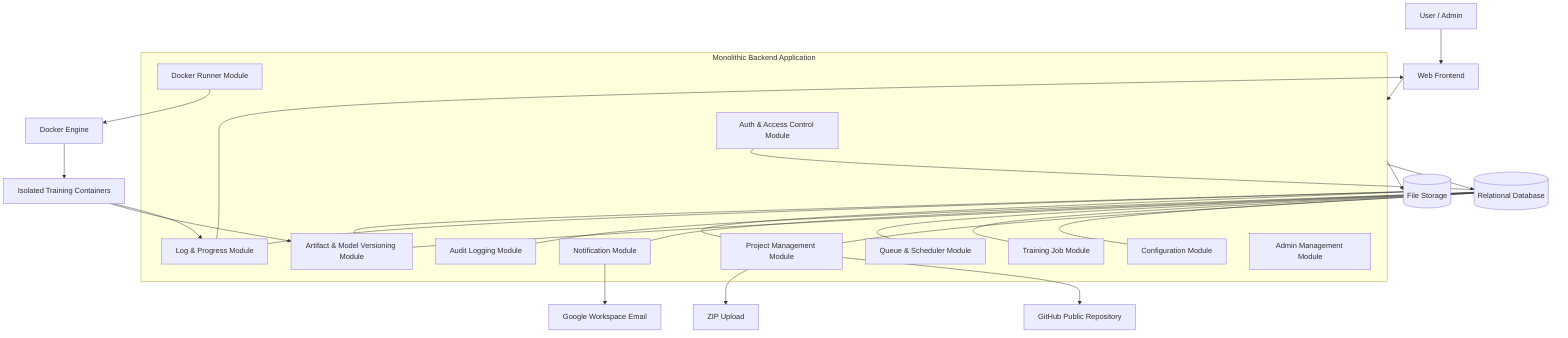
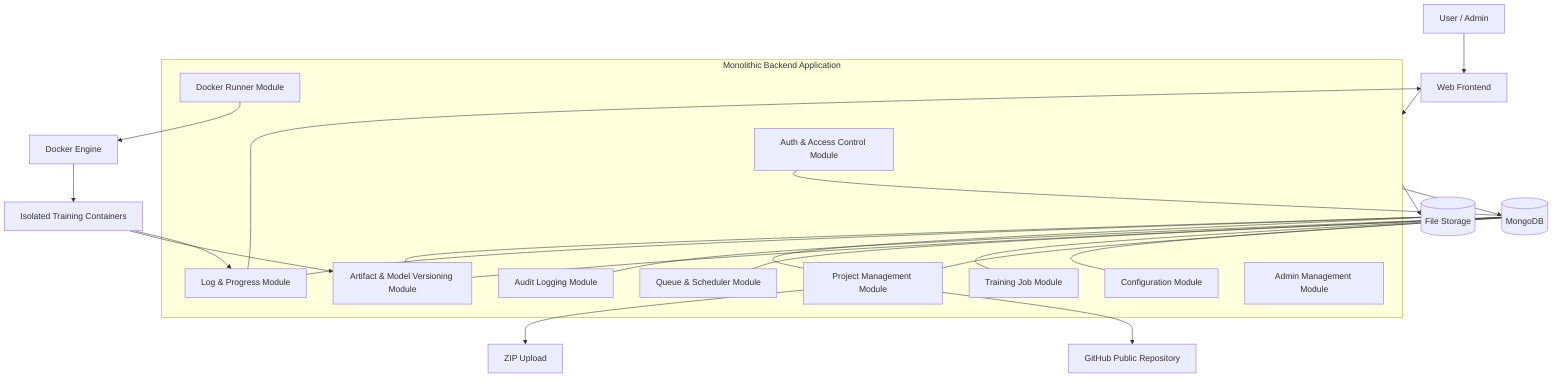
flowchart TB
    U[User / Admin] --> FE[Web Frontend]

    FE --> BE[Monolithic Backend Application]

    subgraph BE[Monolithic Backend Application]
        AUTH[Auth & Access Control Module]
        PROJECT[Project Management Module]
        CONFIG[Configuration Module]
        JOB[Training Job Module]
        QUEUE[Queue & Scheduler Module]
        RUNNER[Docker Runner Module]
        LOG[Log & Progress Module]
        ARTIFACT[Artifact & Model Versioning Module]
-         NOTI[Notification Module]
        AUDIT[Audit Logging Module]
        ADMIN[Admin Management Module]
    end

    PROJECT --> GITHUB[GitHub Public Repository]
    PROJECT --> ZIP[ZIP Upload]

    RUNNER --> DOCKER[Docker Engine]
    DOCKER --> CONTAINER[Isolated Training Containers]

    CONTAINER --> LOG
    CONTAINER --> ARTIFACT

-     BE --> DB[(Relational Database)]
+     BE --> DB[(MongoDB)]
    BE --> FS[(File Storage)]

    LOG --> FE
-     NOTI --> EMAIL[Google Workspace Email]

    DB --- AUTH
    DB --- PROJECT
    DB --- CONFIG
    DB --- JOB
    DB --- QUEUE
    DB --- ARTIFACT
-     DB --- NOTI
    DB --- AUDIT

    FS --- PROJECT
    FS --- LOG
    FS --- ARTIFACT
